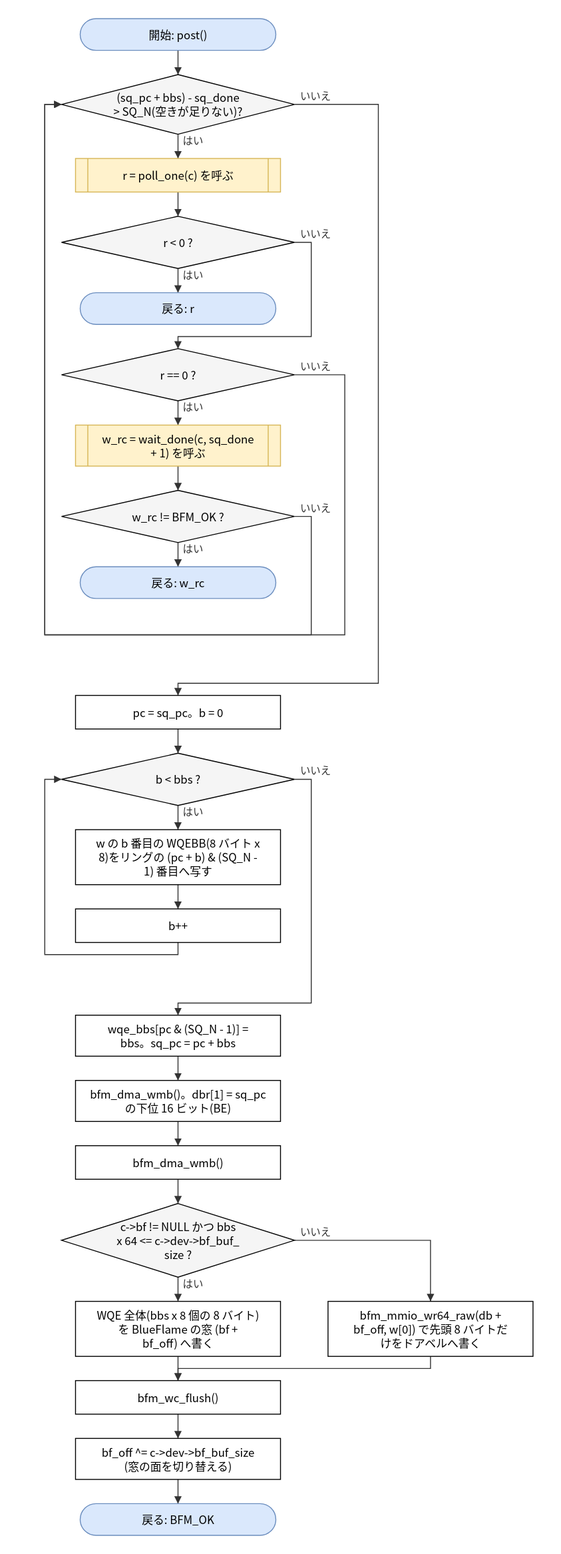
Before: doc/spec/images/flow_src_bfm_ops-post.drawio.svg, a diagram exported from draw.io (hf355051012-ai/bfmem). Source tidied: cells renumbered, new cells last; positions are measured from the earlier drawing's top-left corner, leaving out a move shared by most shapes.
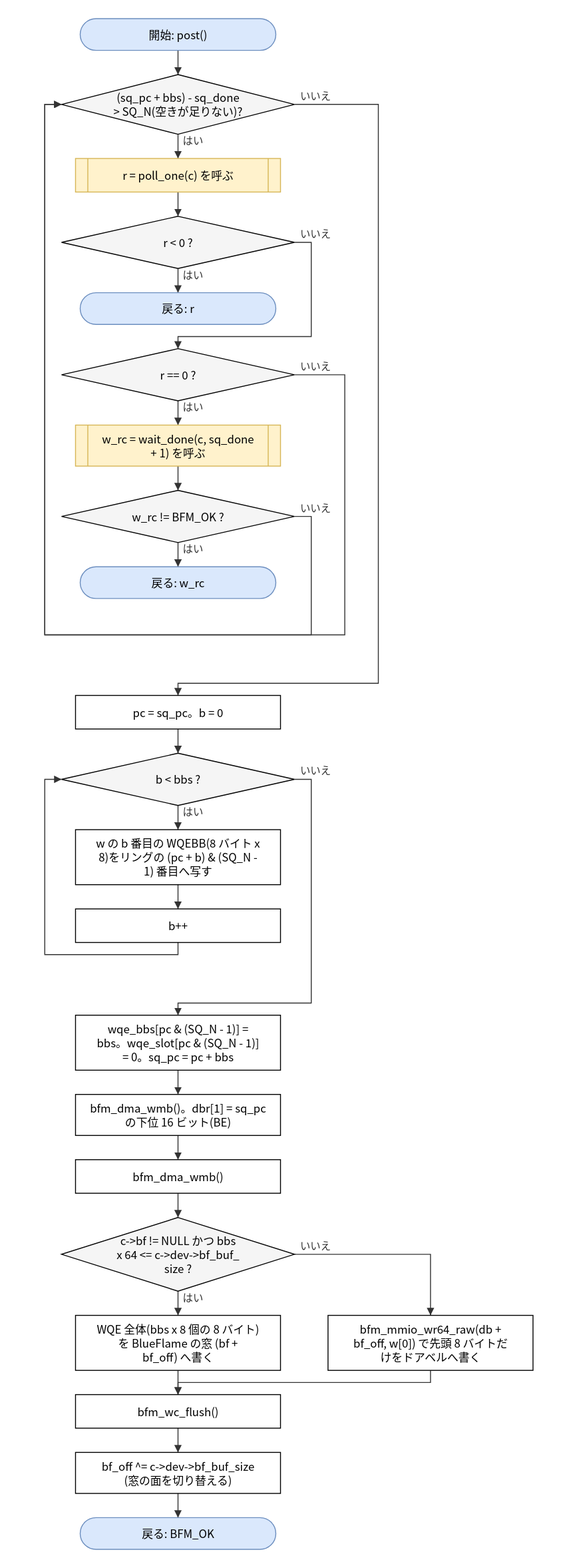
Above is the later version.

The edit, as a diff of the source:
```diff
@@ -41,32 +41,32 @@
     <mxCell id="14" value="b++" style="rounded=0;whiteSpace=wrap;html=1;" parent="1" vertex="1">
       <mxGeometry x="33" y="955" width="220" height="36" as="geometry" />
     </mxCell>
-    <mxCell id="15" value="wqe_bbs[pc &amp;amp; (SQ_N - 1)] =&lt;br&gt;bbs。sq_pc = pc + bbs" style="rounded=0;whiteSpace=wrap;html=1;" parent="1" vertex="1">
-      <mxGeometry x="33" y="1069" width="220" height="44" as="geometry" />
+    <mxCell id="15" value="wqe_bbs[pc &amp;amp; (SQ_N - 1)] =&lt;br&gt;bbs。wqe_slot[pc &amp;amp; (SQ_N - 1)]&lt;br&gt;= 0。sq_pc = pc + bbs" style="rounded=0;whiteSpace=wrap;html=1;" parent="1" vertex="1">
+      <mxGeometry x="33" y="1069" width="220" height="59" as="geometry" />
     </mxCell>
     <mxCell id="16" value="bfm_dma_wmb()。dbr[1] = sq_pc&lt;br&gt;の下位 16 ビット(BE)" style="rounded=0;whiteSpace=wrap;html=1;" parent="1" vertex="1">
-      <mxGeometry x="33" y="1139" width="220" height="44" as="geometry" />
+      <mxGeometry x="33" y="1154" width="220" height="44" as="geometry" />
     </mxCell>
     <mxCell id="17" value="bfm_dma_wmb()" style="rounded=0;whiteSpace=wrap;html=1;" parent="1" vertex="1">
-      <mxGeometry x="33" y="1209" width="220" height="36" as="geometry" />
+      <mxGeometry x="33" y="1224" width="220" height="36" as="geometry" />
     </mxCell>
     <mxCell id="18" value="c-&amp;gt;bf != NULL かつ bbs&lt;br&gt;x 64 &amp;lt;= c-&amp;gt;dev-&amp;gt;bf_buf_&lt;br&gt;size ?" style="rhombus;whiteSpace=wrap;html=1;fillColor=#f5f5f5;" parent="1" vertex="1">
-      <mxGeometry x="18" y="1271" width="250" height="79" as="geometry" />
+      <mxGeometry x="18" y="1286" width="250" height="79" as="geometry" />
     </mxCell>
     <mxCell id="19" value="WQE 全体(bbs x 8 個の 8 バイト)&lt;br&gt;を BlueFlame の窓 (bf +&lt;br&gt;bf_off) へ書く" style="rounded=0;whiteSpace=wrap;html=1;" parent="1" vertex="1">
-      <mxGeometry x="33" y="1376" width="220" height="59" as="geometry" />
+      <mxGeometry x="33" y="1391" width="220" height="59" as="geometry" />
     </mxCell>
     <mxCell id="20" value="bfm_mmio_wr64_raw(db +&lt;br&gt;bf_off, w[0]) で先頭 8 バイトだ&lt;br&gt;けをドアベルへ書く" style="rounded=0;whiteSpace=wrap;html=1;" parent="1" vertex="1">
-      <mxGeometry x="304" y="1376" width="220" height="59" as="geometry" />
+      <mxGeometry x="304" y="1391" width="220" height="59" as="geometry" />
     </mxCell>
     <mxCell id="21" value="bfm_wc_flush()" style="rounded=0;whiteSpace=wrap;html=1;" parent="1" vertex="1">
-      <mxGeometry x="33" y="1461" width="220" height="36" as="geometry" />
+      <mxGeometry x="33" y="1476" width="220" height="36" as="geometry" />
     </mxCell>
     <mxCell id="22" value="bf_off ^= c-&amp;gt;dev-&amp;gt;bf_buf_size&lt;br&gt;(窓の面を切り替える)" style="rounded=0;whiteSpace=wrap;html=1;" parent="1" vertex="1">
-      <mxGeometry x="33" y="1523" width="220" height="44" as="geometry" />
+      <mxGeometry x="33" y="1538" width="220" height="44" as="geometry" />
     </mxCell>
     <mxCell id="23" value="戻る: BFM_OK" style="rounded=1;arcSize=50;whiteSpace=wrap;html=1;fillColor=#dae8fc;strokeColor=#6c8ebf;" parent="1" vertex="1">
-      <mxGeometry x="38" y="1593" width="210" height="34" as="geometry" />
+      <mxGeometry x="38" y="1608" width="210" height="34" as="geometry" />
     </mxCell>
     <mxCell id="24" style="edgeStyle=none;html=1;rounded=0;endArrow=block;endFill=1;exitX=0.5000;exitY=1.0000;exitDx=0;exitDy=0;exitPerimeter=0;entryX=0.5000;entryY=0.0000;entryDx=0;entryDy=0;entryPerimeter=0;" parent="1" edge="1" source="2" target="3">
       <mxGeometry relative="1" as="geometry" />
@@ -169,7 +169,7 @@
     <mxCell id="44" value="いいえ" style="edgeStyle=none;html=1;rounded=0;endArrow=block;endFill=1;exitX=1.0000;exitY=0.5000;exitDx=0;exitDy=0;exitPerimeter=0;entryX=0.5000;entryY=0.0000;entryDx=0;entryDy=0;entryPerimeter=0;" parent="1" edge="1" source="18" target="20">
       <mxGeometry relative="1" as="geometry">
         <Array as="points">
-          <mxPoint x="414" y="1310.5" />
+          <mxPoint x="414" y="1325.5" />
         </Array>
       </mxGeometry>
     </mxCell>
@@ -179,8 +179,8 @@
     <mxCell id="46" style="edgeStyle=none;html=1;rounded=0;endArrow=block;endFill=1;exitX=0.5000;exitY=1.0000;exitDx=0;exitDy=0;exitPerimeter=0;entryX=0.5000;entryY=0.0000;entryDx=0;entryDy=0;entryPerimeter=0;" parent="1" edge="1" source="20" target="21">
       <mxGeometry relative="1" as="geometry">
         <Array as="points">
-          <mxPoint x="414" y="1448" />
-          <mxPoint x="143" y="1448" />
+          <mxPoint x="414" y="1463" />
+          <mxPoint x="143" y="1463" />
         </Array>
       </mxGeometry>
     </mxCell>
```
